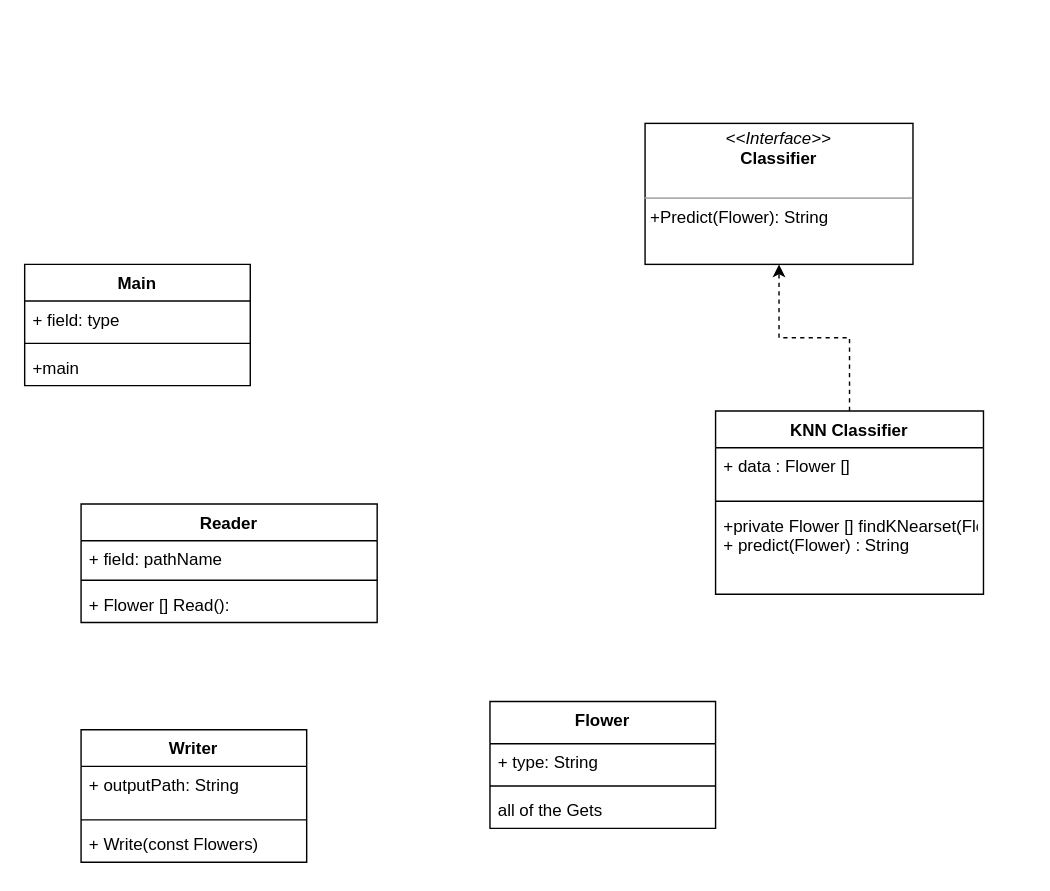
Tom-stack3/AP1-ex3 keeps this draw.io diagram as uml.drawio. Above is the earlier version. Source tidied: cells renumbered, new cells numbered last; positions are measured from the earlier drawing's top-left corner, leaving out a move shared by most shapes. Both pictures are drawn from the tidied source at 141%, with x=0, y=0 at pixel (24, 123).
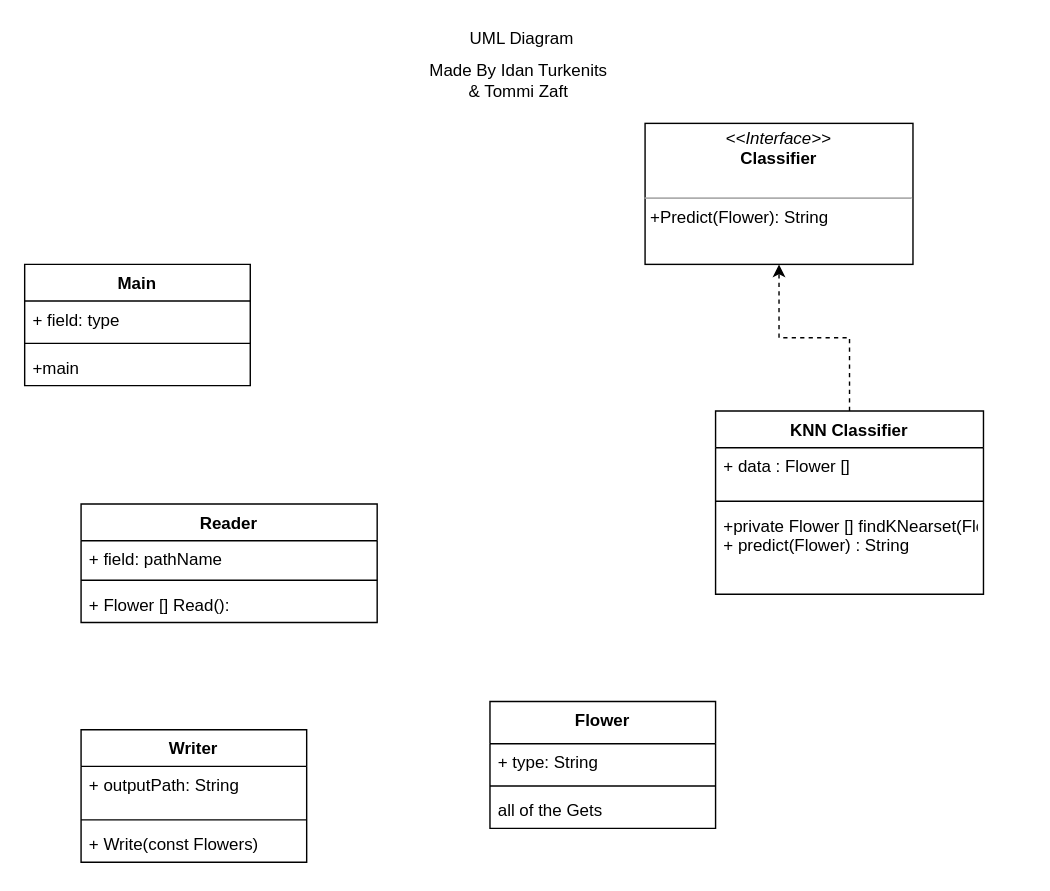
The same page after the edit.

Commit message:
added title to uml file

What changed in the source:
```diff
@@
+    <mxCell id="24" value="UML Diagram&amp;nbsp;" style="text;html=1;align=center;verticalAlign=middle;fillColor=none;strokeColor=none;rounded=0;" parent="1" vertex="1">
+      <mxGeometry x="309" y="-70" width="90" height="20" as="geometry" />
+    </mxCell>
+    <mxCell id="25" value="Made By Idan Turkenits&lt;br&gt;&amp;amp; Tommi Zaft" style="text;html=1;align=center;verticalAlign=middle;strokeColor=none;" parent="1" vertex="1">
+      <mxGeometry x="280" y="-45" width="140" height="30" as="geometry" />
+    </mxCell>
```
